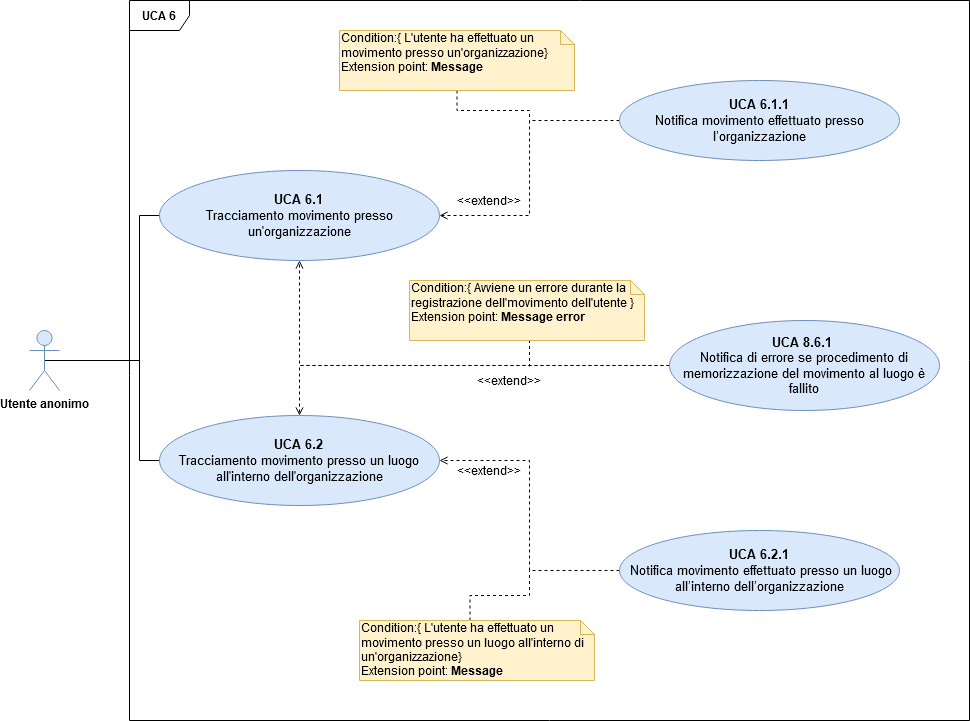
This is DocumentazioneEsterna/AnalisiDeiRequisiti/Sezioni/UseCase/Immagini/UCA6.png from qb-team/Stalker-Documentazione, a draw.io export, as it was before one commit. Source tidied: cells renumbered, new cells last; positions are measured from the earlier drawing's top-left corner, leaving out a move shared by most shapes.
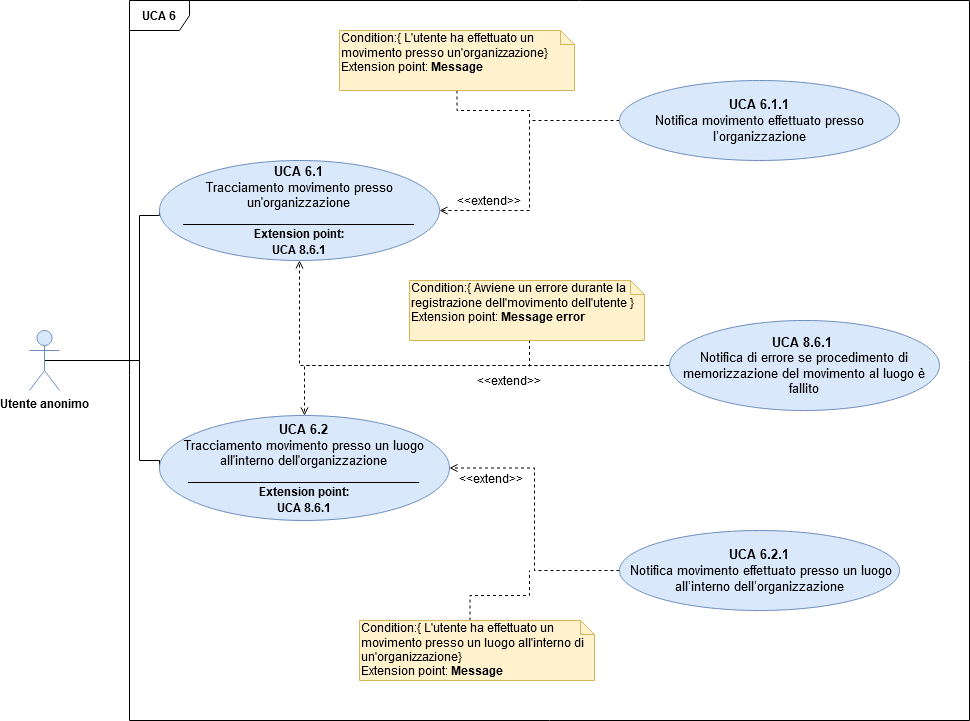
Above is the later version.

Commit message:
Sistemate alcuni diagrammi

The edit, as a diff of the source:
```diff
@@ -45,11 +45,11 @@
     <mxCell id="11" value="&amp;lt;&amp;lt;extend&amp;gt;&amp;gt;" style="text;html=1;strokeColor=none;fillColor=none;align=center;verticalAlign=middle;whiteSpace=wrap;rounded=0;direction=south;" parent="1" vertex="1">
       <mxGeometry x="470" y="360" width="20" height="40" as="geometry" />
     </mxCell>
-    <mxCell id="12" value="&lt;font style=&quot;font-size: 13px&quot;&gt;&lt;b&gt;UCA 6.1&lt;/b&gt;&lt;br&gt;&lt;/font&gt;&lt;font style=&quot;font-size: 13px&quot;&gt;&lt;span style=&quot;color: rgb(0 , 0 , 0)&quot;&gt;Tracciamento movimento presso un'organizzazione&lt;/span&gt;&lt;/font&gt;" style="ellipse;whiteSpace=wrap;html=1;fillColor=#dae8fc;strokeColor=#6c8ebf;" parent="1" vertex="1">
-      <mxGeometry x="130" y="170" width="280" height="90" as="geometry" />
+    <mxCell id="12" value="&lt;font style=&quot;font-size: 13px&quot;&gt;&lt;b&gt;UCA 6.1&lt;/b&gt;&lt;br&gt;&lt;/font&gt;&lt;div&gt;&lt;font style=&quot;font-size: 13px&quot;&gt;&lt;span style=&quot;color: rgb(0 , 0 , 0)&quot;&gt;Tracciamento movimento presso un'organizzazione&lt;/span&gt;&lt;/font&gt;&lt;br&gt;&lt;font style=&quot;font-size: 13px&quot;&gt;&lt;span style=&quot;color: rgb(0 , 0 , 0)&quot;&gt;&lt;font style=&quot;font-size: 12px&quot;&gt;&lt;b&gt;_________________________________&lt;/b&gt;&lt;b&gt;&lt;br&gt;Extension point:&lt;br&gt;UCA 8.6.1&lt;/b&gt;&lt;/font&gt;&lt;/span&gt;&lt;/font&gt;&lt;/div&gt;" style="ellipse;whiteSpace=wrap;html=1;fillColor=#dae8fc;strokeColor=#6c8ebf;" parent="1" vertex="1">
+      <mxGeometry x="130" y="160" width="280" height="100" as="geometry" />
     </mxCell>
-    <mxCell id="13" value="&lt;font style=&quot;font-size: 13px&quot;&gt;&lt;b&gt;UCA 6.2&lt;/b&gt;&lt;br&gt;&lt;/font&gt;&lt;font style=&quot;font-size: 13px&quot;&gt;&lt;span style=&quot;color: #000000&quot;&gt;Tracciamento movimento presso un luogo all'interno dell'organizzazione&lt;/span&gt;&lt;/font&gt;" style="ellipse;whiteSpace=wrap;html=1;fillColor=#dae8fc;strokeColor=#6c8ebf;" parent="1" vertex="1">
-      <mxGeometry x="130" y="415" width="280" height="90" as="geometry" />
+    <mxCell id="13" value="&lt;font style=&quot;font-size: 13px&quot;&gt;&lt;b&gt;UCA 6.2&lt;/b&gt;&lt;br&gt;&lt;/font&gt;&lt;font style=&quot;font-size: 13px&quot;&gt;&lt;span style=&quot;color: #000000&quot;&gt;Tracciamento movimento presso un luogo all'interno dell'organizzazione&lt;/span&gt;&lt;/font&gt;&lt;font style=&quot;font-size: 13px&quot;&gt;&lt;span style=&quot;color: rgb(0 , 0 , 0)&quot;&gt;&lt;/span&gt;&lt;/font&gt;&lt;br&gt;&lt;font style=&quot;font-size: 13px&quot;&gt;&lt;span style=&quot;color: rgb(0 , 0 , 0)&quot;&gt;&lt;font style=&quot;font-size: 12px&quot;&gt;&lt;b&gt;_________________________________&lt;/b&gt;&lt;b&gt;&lt;br&gt;Extension point:&lt;br&gt;UCA 8.6.1&lt;/b&gt;&lt;/font&gt;&lt;/span&gt;&lt;/font&gt;" style="ellipse;whiteSpace=wrap;html=1;fillColor=#dae8fc;strokeColor=#6c8ebf;" parent="1" vertex="1">
+      <mxGeometry x="130" y="415" width="290" height="105" as="geometry" />
     </mxCell>
     <mxCell id="14" style="edgeStyle=orthogonalEdgeStyle;rounded=0;jettySize=auto;html=1;exitX=0;exitY=0.5;exitDx=0;exitDy=0;entryX=1;entryY=0.5;entryDx=0;entryDy=0;dashed=1;endArrow=open;endFill=0;" parent="1" edge="1" source="15" target="12">
       <mxGeometry relative="1" as="geometry" />
@@ -64,7 +64,7 @@
       <mxGeometry x="590" y="530" width="280" height="80" as="geometry" />
     </mxCell>
     <mxCell id="18" value="&amp;lt;&amp;lt;extend&amp;gt;&amp;gt;" style="text;html=1;strokeColor=none;fillColor=none;align=center;verticalAlign=middle;whiteSpace=wrap;rounded=0;direction=south;" parent="1" vertex="1">
-      <mxGeometry x="450" y="450" width="20" height="40" as="geometry" />
+      <mxGeometry x="452" y="458" width="20" height="40" as="geometry" />
     </mxCell>
     <mxCell id="19" value="&amp;lt;&amp;lt;extend&amp;gt;&amp;gt;" style="text;html=1;strokeColor=none;fillColor=none;align=center;verticalAlign=middle;whiteSpace=wrap;rounded=0;direction=south;" parent="1" vertex="1">
       <mxGeometry x="450" y="180" width="20" height="40" as="geometry" />
```
